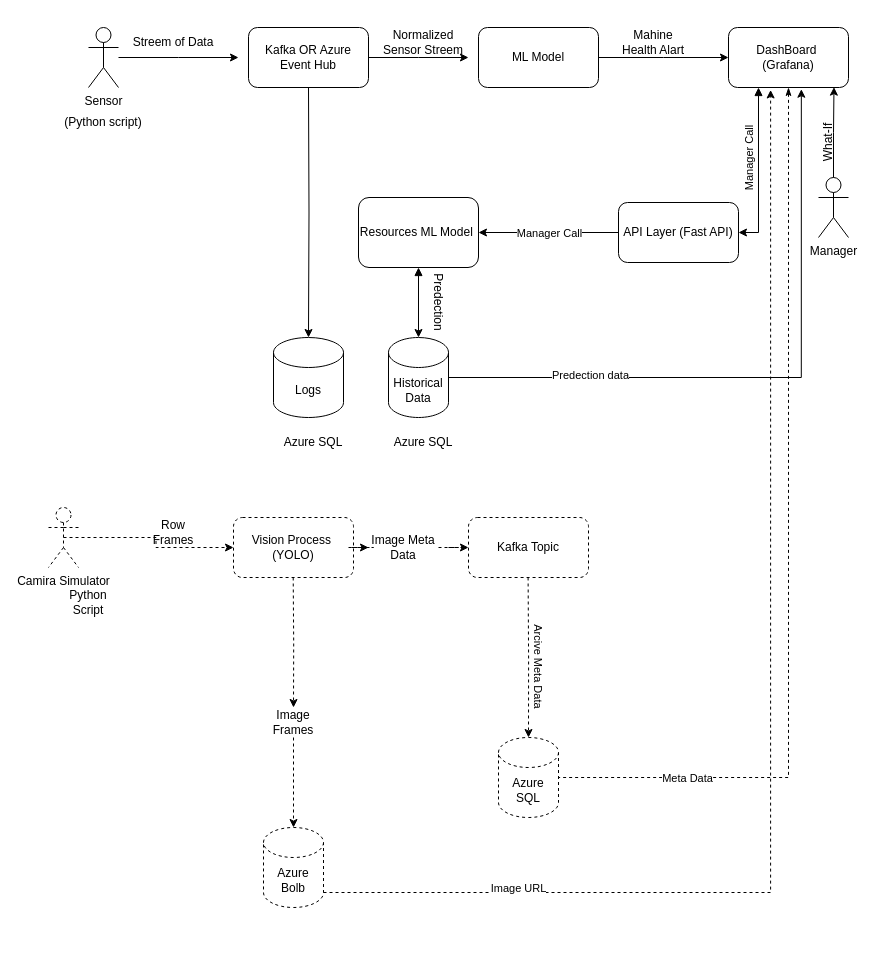
Above: docs/DFD for the system.drawio in ELWaLii/Intelligent-Manufacturing-Digital-Twin-for-Real-Time-Inspection-and-Predictive-Planning (draw.io), before the change. Source tidied: cells renumbered, new cells numbered last; positions are measured from the earlier drawing's top-left corner, leaving out a move shared by most shapes. Both pictures are drawn from the tidied source at 100%, with x=0, y=0 at pixel (48, 27).
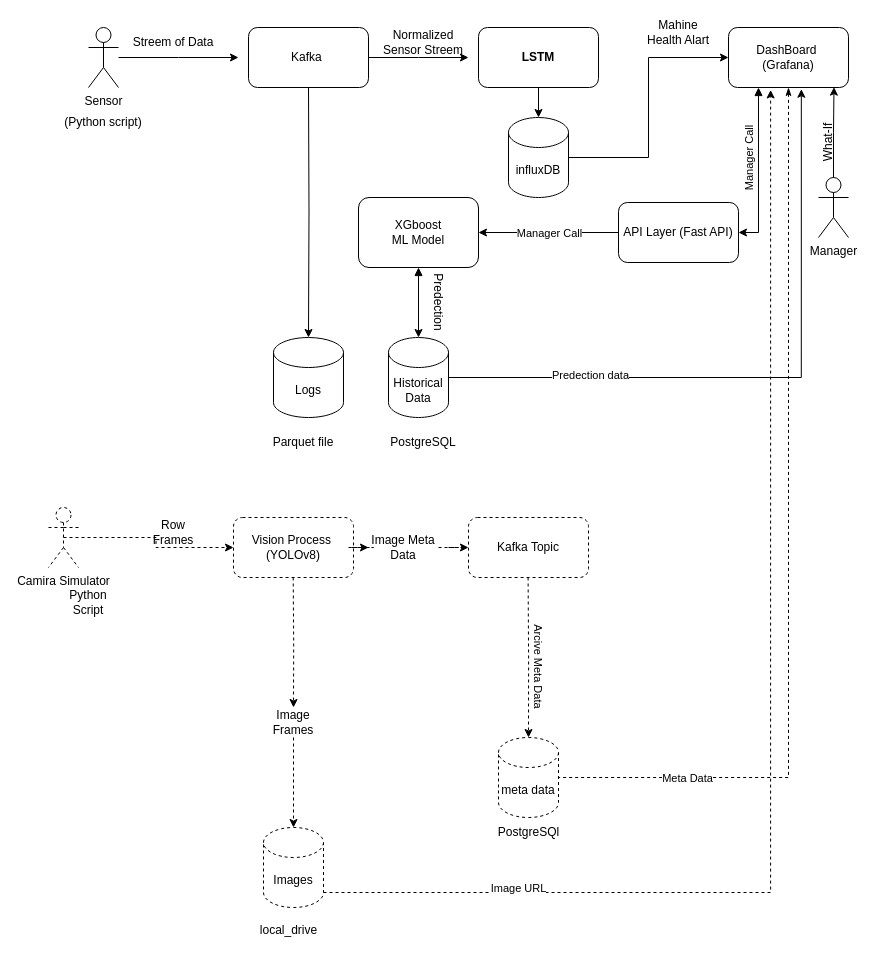
The same diagram, later.

Unchanged cells that the change refers to:
```xml
<mxCell id="18" value="DashBoard&amp;nbsp;&lt;div&gt;(Grafana)&lt;/div&gt;" style="rounded=1;whiteSpace=wrap;html=1;" parent="1" vertex="1">
  <mxGeometry x="680" width="120" height="60" as="geometry" />
</mxCell>
```

The edit, as a diff of the source:
```diff
@@
-    <mxCell id="7" value="Kafka OR Azure Event Hub" style="rounded=1;whiteSpace=wrap;html=1;" parent="1" vertex="1">
+    <mxCell id="7" value="Kafka&amp;nbsp;" style="rounded=1;whiteSpace=wrap;html=1;" parent="1" vertex="1">
       <mxGeometry x="200" width="120" height="60" as="geometry" />
     </mxCell>
@@
-    <mxCell id="9" style="edgeStyle=orthogonalEdgeStyle;rounded=0;jettySize=auto;html=1;" parent="1" edge="1" source="10">
-      <mxGeometry relative="1" as="geometry">
-        <mxPoint x="680" y="30" as="targetPoint" />
-      </mxGeometry>
+    <mxCell id="9" style="edgeStyle=orthogonalEdgeStyle;rounded=0;jettySize=auto;html=1;entryX=0.5;entryY=0;entryDx=0;entryDy=0;entryPerimeter=0;" parent="1" edge="1" source="10" target="54">
+      <mxGeometry relative="1" as="geometry" />
     </mxCell>
-    <mxCell id="10" value="ML Model" style="rounded=1;whiteSpace=wrap;html=1;" parent="1" vertex="1">
+    <mxCell id="10" value="&lt;b&gt;LSTM&lt;/b&gt;" style="rounded=1;whiteSpace=wrap;html=1;" parent="1" vertex="1">
       <mxGeometry x="430" width="120" height="60" as="geometry" />
     </mxCell>
@@
     <mxCell id="12" value="Mahine Health Alart" style="text;html=1;whiteSpace=wrap;strokeColor=none;fillColor=none;align=center;verticalAlign=middle;rounded=0;" parent="1" vertex="1">
-      <mxGeometry x="570" width="70" height="30" as="geometry" />
+      <mxGeometry x="595" y="-10" width="70" height="30" as="geometry" />
     </mxCell>
@@
-    <mxCell id="19" value="Resources ML Model&amp;nbsp;" style="rounded=1;whiteSpace=wrap;html=1;" parent="1" vertex="1">
+    <mxCell id="19" value="XGboost&lt;div&gt;&amp;nbsp;ML Model&amp;nbsp;&lt;/div&gt;" style="rounded=1;whiteSpace=wrap;html=1;" parent="1" vertex="1">
       <mxGeometry x="310" y="170" width="120" height="70" as="geometry" />
     </mxCell>
@@
-    <mxCell id="24" value="Azure SQL" style="text;html=1;whiteSpace=wrap;strokeColor=none;fillColor=none;align=center;verticalAlign=middle;rounded=0;" parent="1" vertex="1">
-      <mxGeometry x="225" y="400" width="80" height="30" as="geometry" />
+    <mxCell id="24" value="Parquet file" style="text;html=1;whiteSpace=wrap;strokeColor=none;fillColor=none;align=center;verticalAlign=middle;rounded=0;" parent="1" vertex="1">
+      <mxGeometry x="215" y="400" width="80" height="30" as="geometry" />
     </mxCell>
-    <mxCell id="25" value="Azure SQL" style="text;html=1;whiteSpace=wrap;strokeColor=none;fillColor=none;align=center;verticalAlign=middle;rounded=0;" parent="1" vertex="1">
+    <mxCell id="25" value="PostgreSQL" style="text;html=1;whiteSpace=wrap;strokeColor=none;fillColor=none;align=center;verticalAlign=middle;rounded=0;" parent="1" vertex="1">
       <mxGeometry x="335" y="400" width="80" height="30" as="geometry" />
     </mxCell>
@@
-    <mxCell id="32" value="Vision Process&amp;nbsp;&lt;div&gt;(YOLO)&lt;/div&gt;" style="rounded=1;whiteSpace=wrap;html=1;dashed=1;" parent="1" vertex="1">
+    <mxCell id="32" value="Vision Process&amp;nbsp;&lt;div&gt;(YOLOv8)&lt;/div&gt;" style="rounded=1;whiteSpace=wrap;html=1;dashed=1;" parent="1" vertex="1">
       <mxGeometry x="185" y="490" width="120" height="60" as="geometry" />
     </mxCell>
@@
-    <mxCell id="35" value="Azure Bolb" style="shape=cylinder3;whiteSpace=wrap;html=1;boundedLbl=1;backgroundOutline=1;size=15;dashed=1;" parent="1" vertex="1">
+    <mxCell id="35" value="Images" style="shape=cylinder3;whiteSpace=wrap;html=1;boundedLbl=1;backgroundOutline=1;size=15;dashed=1;" parent="1" vertex="1">
       <mxGeometry x="215" y="800" width="60" height="80" as="geometry" />
     </mxCell>
@@
-    <mxCell id="38" value="Azure SQL" style="shape=cylinder3;whiteSpace=wrap;html=1;boundedLbl=1;backgroundOutline=1;size=15;dashed=1;" parent="1" vertex="1">
+    <mxCell id="38" value="meta data" style="shape=cylinder3;whiteSpace=wrap;html=1;boundedLbl=1;backgroundOutline=1;size=15;dashed=1;" parent="1" vertex="1">
       <mxGeometry x="450" y="710" width="60" height="80" as="geometry" />
     </mxCell>
@@
+    <mxCell id="51" value="PostgreSQl" style="text;html=1;align=center;verticalAlign=middle;strokeColor=none;fillColor=none;" parent="1" vertex="1">
+      <mxGeometry x="440" y="790" width="80" height="30" as="geometry" />
+    </mxCell>
+    <mxCell id="52" value="local_drive" style="text;html=1;align=center;verticalAlign=middle;strokeColor=none;fillColor=none;" parent="1" vertex="1">
+      <mxGeometry x="200" y="888" width="80" height="30" as="geometry" />
+    </mxCell>
+    <mxCell id="53" style="edgeStyle=orthogonalEdgeStyle;rounded=0;jettySize=auto;html=1;exitX=1;exitY=0.5;exitDx=0;exitDy=0;exitPerimeter=0;entryX=0;entryY=0.5;entryDx=0;entryDy=0;" parent="1" edge="1" source="54" target="18">
+      <mxGeometry relative="1" as="geometry" />
+    </mxCell>
+    <mxCell id="54" value="influxDB" style="shape=cylinder3;whiteSpace=wrap;html=1;boundedLbl=1;backgroundOutline=1;size=15;" parent="1" vertex="1">
+      <mxGeometry x="460" y="90" width="60" height="80" as="geometry" />
+    </mxCell>
```
